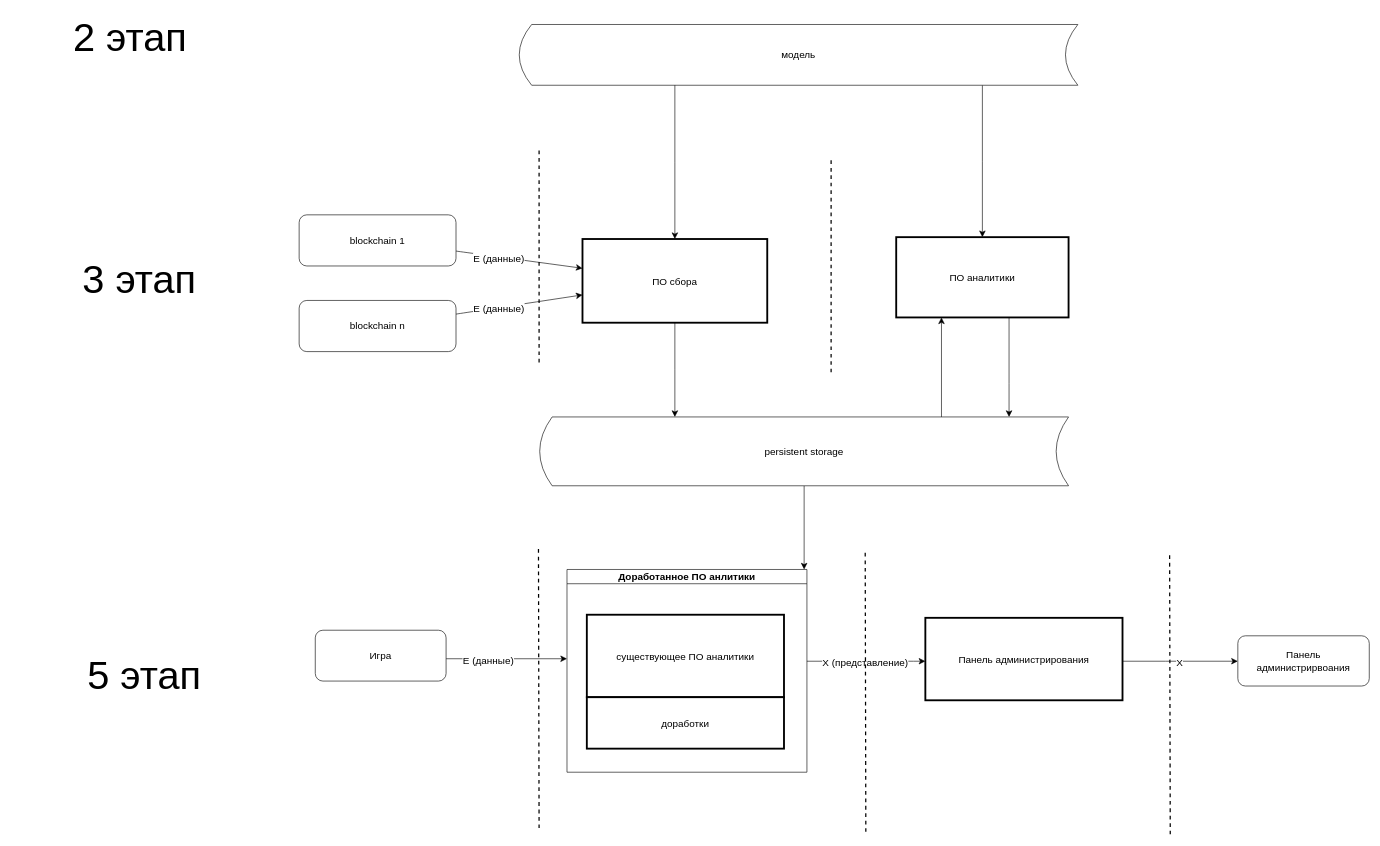
Earlier version of the draw.io diagram Диаграмма без названия.drawio (careock/diagrams). Source tidied: cells renumbered, new cells numbered last; positions are measured from the earlier drawing's top-left corner, leaving out a move shared by most shapes. Both pictures are drawn from the tidied source at 62%, with x=0, y=0 at pixel (11, 24).
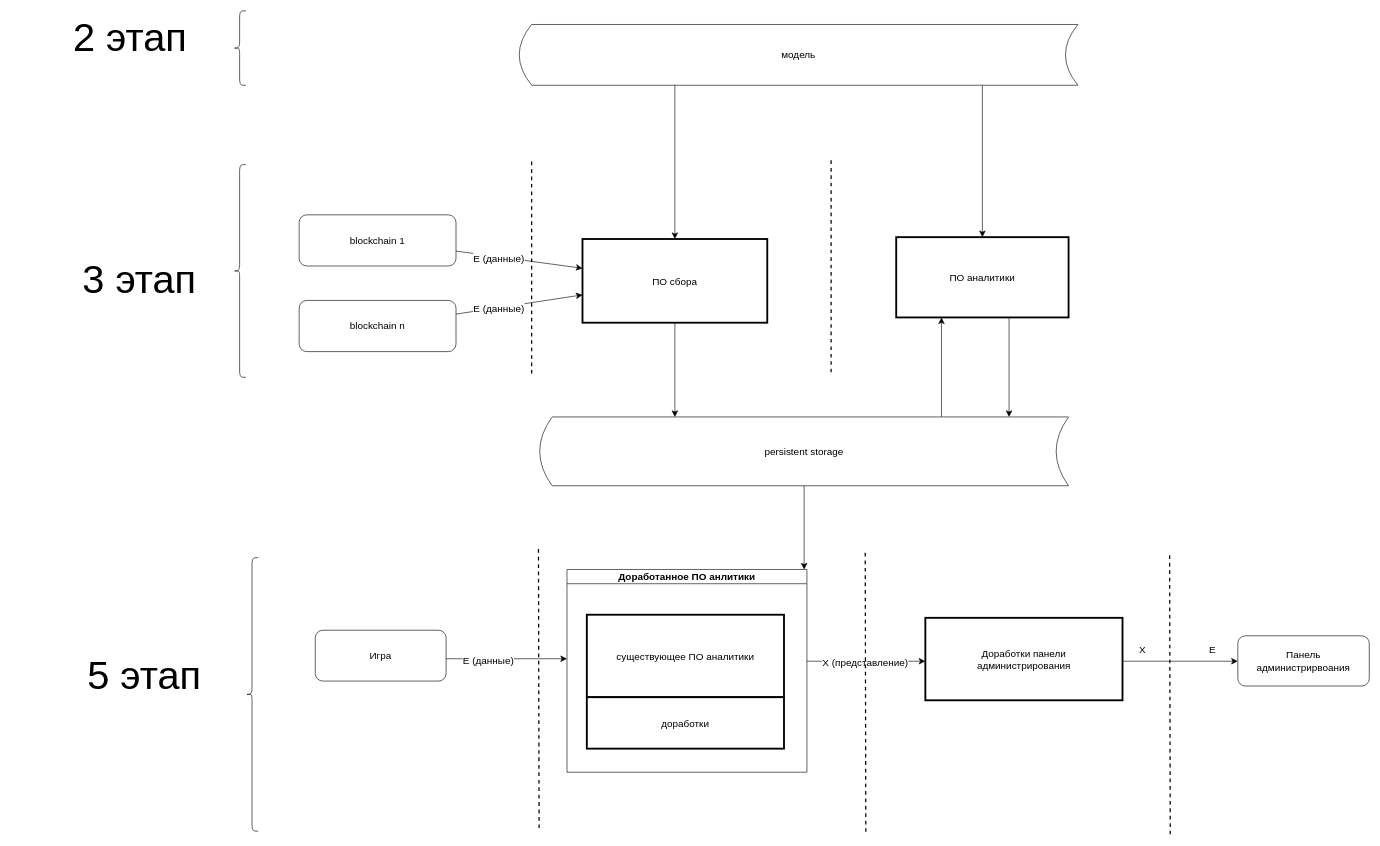
The same page after the edit.

Unchanged cells that the change refers to:
```xml
<mxCell id="35" style="edgeStyle=elbowEdgeStyle;rounded=0;jettySize=auto;html=1;fontSize=12;startSize=8;endSize=8;startArrow=classic;startFill=1;endArrow=none;endFill=0;elbow=vertical;" parent="1" edge="1" source="4" target="33">
  <mxGeometry relative="1" as="geometry">
    <Array as="points">
      <mxPoint x="1862" y="1027" />
    </Array>
  </mxGeometry>
</mxCell>
```

Diff of the diagram source:
```diff
@@
     <mxCell id="23" style="endArrow=none;dashed=1;html=1;strokeWidth=2;rounded=0;fontSize=12;startSize=8;endSize=8;curved=1;" parent="1" edge="1">
       <mxGeometry relative="1" as="geometry">
-        <mxPoint x="852" y="545" as="sourcePoint" />
-        <mxPoint x="852" y="200" as="targetPoint" />
+        <mxPoint x="840" y="563" as="sourcePoint" />
+        <mxPoint x="840" y="218" as="targetPoint" />
       </mxGeometry>
     </mxCell>
@@
-    <mxCell id="33" value="Панель администрирования" style="rounded=0;whiteSpace=wrap;html=1;fontSize=16;strokeWidth=3;" parent="1" vertex="1">
+    <mxCell id="33" value="Доработки панели &lt;br&gt;администрирования" style="rounded=0;whiteSpace=wrap;html=1;fontSize=16;strokeWidth=3;" parent="1" vertex="1">
       <mxGeometry x="1475" y="957" width="318" height="133" as="geometry" />
     </mxCell>
@@
     <mxCell id="36" value="X" style="edgeLabel;html=1;align=center;verticalAlign=middle;fontSize=16;" parent="35" vertex="1">
       <mxGeometry x="0.19" y="-4" relative="1" as="geometry">
-        <mxPoint x="16" y="5" as="offset" />
+        <mxPoint x="-44" y="-16" as="offset" />
       </mxGeometry>
     </mxCell>
+    <mxCell id="38" value="Е" style="edgeLabel;html=1;align=center;verticalAlign=middle;fontSize=16;" parent="35" vertex="1">
+      <mxGeometry x="-0.49" y="-2" relative="1" as="geometry">
+        <mxPoint x="5" y="-18" as="offset" />
+      </mxGeometry>
+    </mxCell>
@@
+    <mxCell id="39" style="shape=curlyBracket;whiteSpace=wrap;html=1;rounded=1;labelPosition=left;verticalLabelPosition=middle;align=right;verticalAlign=middle;fontSize=16;" parent="1" vertex="1">
+      <mxGeometry x="359" y="-22" width="20" height="120" as="geometry" />
+    </mxCell>
+    <mxCell id="40" style="shape=curlyBracket;whiteSpace=wrap;html=1;rounded=1;labelPosition=left;verticalLabelPosition=middle;align=right;verticalAlign=middle;fontSize=16;" parent="1" vertex="1">
+      <mxGeometry x="359" y="226" width="20" height="343" as="geometry" />
+    </mxCell>
+    <mxCell id="41" style="shape=curlyBracket;whiteSpace=wrap;html=1;rounded=1;labelPosition=left;verticalLabelPosition=middle;align=right;verticalAlign=middle;fontSize=16;" parent="1" vertex="1">
+      <mxGeometry x="379" y="860" width="20" height="441" as="geometry" />
+    </mxCell>
```
